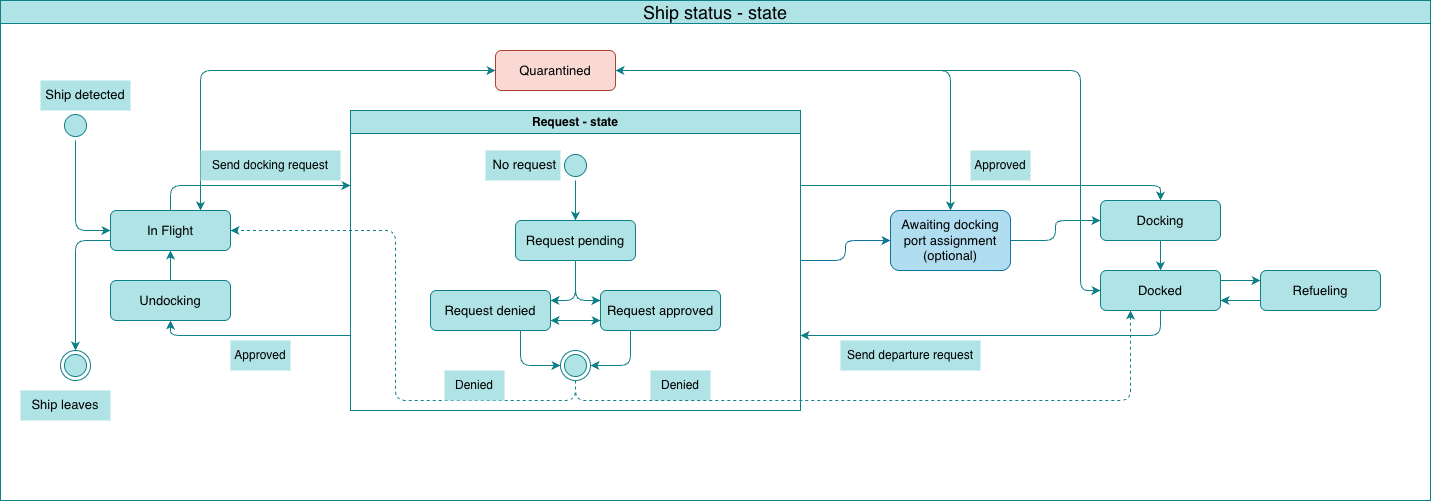
This is Spacedock_state.drawio.png from Casual159/SpaceDock-home-assignment, a draw.io export, as it was before one commit. Source tidied: cells renumbered, new cells last; positions are measured from the earlier drawing's top-left corner, leaving out a move shared by most shapes.
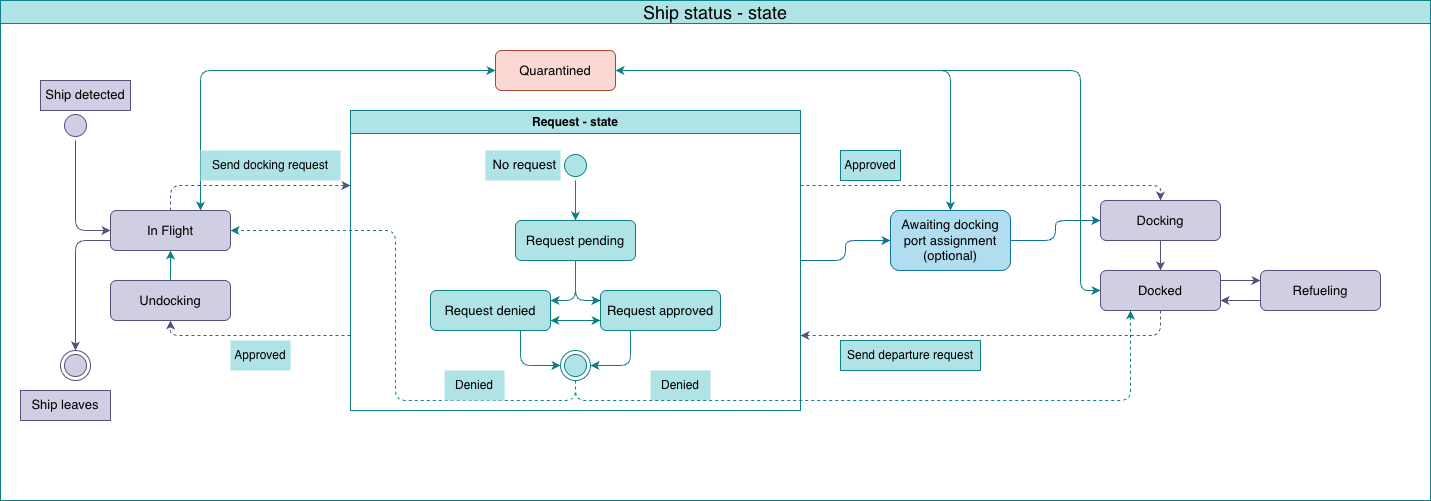
The same diagram one commit later.

Diff of the diagram source:
```diff
@@ -2,7 +2,7 @@
   <root>
     <mxCell id="0" />
     <mxCell id="1" parent="0" />
-    <mxCell id="2" style="edgeStyle=orthogonalEdgeStyle;rounded=1;jettySize=auto;html=1;exitX=0.5;exitY=0;exitDx=0;exitDy=0;entryX=0;entryY=0.25;entryDx=0;entryDy=0;curved=0;fillColor=#b0e3e6;strokeColor=#0e8088;fontColor=#000000;" parent="1" edge="1" source="5" target="28">
+    <mxCell id="2" style="edgeStyle=orthogonalEdgeStyle;rounded=1;jettySize=auto;html=1;exitX=0.5;exitY=0;exitDx=0;exitDy=0;entryX=0;entryY=0.25;entryDx=0;entryDy=0;curved=0;fillColor=#d0cee2;strokeColor=#56517e;fontColor=#000000;dashed=1;" parent="1" edge="1" source="5" target="28">
       <mxGeometry relative="1" as="geometry">
         <Array as="points">
           <mxPoint x="170" y="185" />
@@ -12,31 +12,31 @@
     <mxCell id="3" style="edgeStyle=orthogonalEdgeStyle;shape=connector;curved=0;rounded=1;jettySize=auto;html=1;exitX=0.75;exitY=0;exitDx=0;exitDy=0;entryX=0;entryY=0.5;entryDx=0;entryDy=0;strokeColor=#0e8088;align=center;verticalAlign=middle;fontFamily=Helvetica;fontSize=11;fontColor=#000000;labelBackgroundColor=default;endArrow=classic;startArrow=classic;startFill=1;fillColor=#b0e3e6;" parent="1" edge="1" source="5" target="8">
       <mxGeometry relative="1" as="geometry" />
     </mxCell>
-    <mxCell id="4" style="edgeStyle=orthogonalEdgeStyle;shape=connector;curved=0;rounded=1;jettySize=auto;html=1;exitX=0;exitY=0.75;exitDx=0;exitDy=0;entryX=0.5;entryY=0;entryDx=0;entryDy=0;strokeColor=#0e8088;align=center;verticalAlign=middle;fontFamily=Helvetica;fontSize=11;fontColor=#000000;labelBackgroundColor=default;endArrow=classic;fillColor=#b0e3e6;" parent="1" edge="1" source="5" target="9">
+    <mxCell id="4" style="edgeStyle=orthogonalEdgeStyle;shape=connector;curved=0;rounded=1;jettySize=auto;html=1;exitX=0;exitY=0.75;exitDx=0;exitDy=0;entryX=0.5;entryY=0;entryDx=0;entryDy=0;strokeColor=#56517e;align=center;verticalAlign=middle;fontFamily=Helvetica;fontSize=11;fontColor=#000000;labelBackgroundColor=default;endArrow=classic;fillColor=#d0cee2;" parent="1" edge="1" source="5" target="9">
       <mxGeometry relative="1" as="geometry" />
     </mxCell>
-    <mxCell id="5" value="In Flight" style="rounded=1;whiteSpace=wrap;html=1;fontSize=13;fillColor=#b0e3e6;strokeColor=#0e8088;" parent="1" vertex="1">
+    <mxCell id="5" value="In Flight" style="rounded=1;whiteSpace=wrap;html=1;fontSize=13;fillColor=#d0cee2;strokeColor=#56517e;" parent="1" vertex="1">
       <mxGeometry x="110" y="210" width="120" height="40" as="geometry" />
     </mxCell>
     <mxCell id="6" style="edgeStyle=orthogonalEdgeStyle;rounded=0;jettySize=auto;html=1;exitX=0.5;exitY=0;exitDx=0;exitDy=0;entryX=0.5;entryY=1;entryDx=0;entryDy=0;fillColor=#b0e3e6;strokeColor=#0e8088;fontColor=#000000;" parent="1" edge="1" source="7" target="5">
       <mxGeometry relative="1" as="geometry" />
     </mxCell>
-    <mxCell id="7" value="Undocking" style="rounded=1;whiteSpace=wrap;html=1;fontSize=13;fillColor=#b0e3e6;strokeColor=#0e8088;" parent="1" vertex="1">
+    <mxCell id="7" value="Undocking" style="rounded=1;whiteSpace=wrap;html=1;fontSize=13;fillColor=#d0cee2;strokeColor=#56517e;" parent="1" vertex="1">
       <mxGeometry x="110" y="280" width="120" height="40" as="geometry" />
     </mxCell>
     <mxCell id="8" value="Quarantined" style="rounded=1;whiteSpace=wrap;html=1;fontSize=13;fillColor=#fad9d5;strokeColor=#ae4132;" parent="1" vertex="1">
       <mxGeometry x="495" y="50" width="120" height="40" as="geometry" />
     </mxCell>
-    <mxCell id="9" style="ellipse;html=1;shape=endState;fillColor=#b0e3e6;strokeColor=#0e8088;fontSize=13;" parent="1" vertex="1">
+    <mxCell id="9" style="ellipse;html=1;shape=endState;fillColor=#d0cee2;strokeColor=#56517e;fontSize=13;" parent="1" vertex="1">
       <mxGeometry x="60" y="350" width="30" height="30" as="geometry" />
     </mxCell>
-    <mxCell id="10" style="edgeStyle=orthogonalEdgeStyle;shape=connector;curved=0;rounded=1;jettySize=auto;html=1;exitX=0.5;exitY=1;exitDx=0;exitDy=0;entryX=0;entryY=0.5;entryDx=0;entryDy=0;strokeColor=#0e8088;align=center;verticalAlign=middle;fontFamily=Helvetica;fontSize=11;fontColor=#000000;labelBackgroundColor=default;endArrow=classic;fillColor=#b0e3e6;" parent="1" edge="1" source="11" target="5">
+    <mxCell id="10" style="edgeStyle=orthogonalEdgeStyle;shape=connector;curved=0;rounded=1;jettySize=auto;html=1;exitX=0.5;exitY=1;exitDx=0;exitDy=0;entryX=0;entryY=0.5;entryDx=0;entryDy=0;strokeColor=#56517e;align=center;verticalAlign=middle;fontFamily=Helvetica;fontSize=11;fontColor=#000000;labelBackgroundColor=default;endArrow=classic;fillColor=#d0cee2;" parent="1" edge="1" source="11" target="5">
       <mxGeometry relative="1" as="geometry" />
     </mxCell>
-    <mxCell id="11" style="ellipse;html=1;shape=startState;fillColor=#b0e3e6;strokeColor=#0e8088;fontSize=13;" parent="1" vertex="1">
+    <mxCell id="11" style="ellipse;html=1;shape=startState;fillColor=#d0cee2;strokeColor=#56517e;fontSize=13;" parent="1" vertex="1">
       <mxGeometry x="60" y="110" width="30" height="30" as="geometry" />
     </mxCell>
-    <mxCell id="12" style="edgeStyle=orthogonalEdgeStyle;rounded=1;jettySize=auto;html=1;exitX=0;exitY=0.75;exitDx=0;exitDy=0;entryX=0.5;entryY=1;entryDx=0;entryDy=0;curved=0;fillColor=#b0e3e6;strokeColor=#0e8088;fontColor=#000000;" parent="1" edge="1" source="28" target="7">
+    <mxCell id="12" style="edgeStyle=orthogonalEdgeStyle;rounded=1;jettySize=auto;html=1;exitX=0;exitY=0.75;exitDx=0;exitDy=0;entryX=0.5;entryY=1;entryDx=0;entryDy=0;curved=0;fillColor=#d0cee2;strokeColor=#56517e;fontColor=#000000;dashed=1;" parent="1" edge="1" source="28" target="7">
       <mxGeometry relative="1" as="geometry">
         <Array as="points">
           <mxPoint x="170" y="335" />
@@ -46,37 +46,37 @@
     <mxCell id="13" style="edgeStyle=orthogonalEdgeStyle;shape=connector;curved=0;rounded=1;jettySize=auto;html=1;exitX=0.5;exitY=1;exitDx=0;exitDy=0;entryX=1;entryY=0.5;entryDx=0;entryDy=0;strokeColor=#0e8088;align=center;verticalAlign=middle;fontFamily=Helvetica;fontSize=11;fontColor=#000000;labelBackgroundColor=default;endArrow=classic;dashed=1;fillColor=#b0e3e6;" parent="1" edge="1" source="40" target="5">
       <mxGeometry relative="1" as="geometry" />
     </mxCell>
-    <mxCell id="14" value="&lt;div style=&quot;&quot;&gt;&lt;span style=&quot;background-color: transparent; font-size: 13px;&quot;&gt;Ship detected&lt;/span&gt;&lt;/div&gt;" style="text;whiteSpace=wrap;html=1;fillColor=#b0e3e6;strokeColor=none;align=center;" parent="1" vertex="1">
+    <mxCell id="14" value="&lt;div style=&quot;&quot;&gt;&lt;span style=&quot;background-color: transparent; font-size: 13px;&quot;&gt;Ship detected&lt;/span&gt;&lt;/div&gt;" style="text;whiteSpace=wrap;html=1;fillColor=#d0cee2;strokeColor=#56517e;align=center;" parent="1" vertex="1">
       <mxGeometry x="40" y="80" width="90" height="30" as="geometry" />
     </mxCell>
     <mxCell id="15" value="&lt;span style=&quot;font-size: 18px; font-weight: 400;&quot;&gt;Ship status - state&lt;/span&gt;" style="swimlane;whiteSpace=wrap;html=1;fillColor=#b0e3e6;strokeColor=#0e8088;" parent="1" vertex="1">
       <mxGeometry width="1430" height="500" as="geometry" />
     </mxCell>
-    <mxCell id="16" value="Approved" style="text;html=1;whiteSpace=wrap;strokeColor=none;fillColor=#b0e3e6;align=center;verticalAlign=middle;rounded=0;" parent="15" vertex="1">
-      <mxGeometry x="970" y="150" width="60" height="30" as="geometry" />
+    <mxCell id="16" value="Approved" style="text;html=1;whiteSpace=wrap;strokeColor=#0e8088;fillColor=#b0e3e6;align=center;verticalAlign=middle;rounded=0;" parent="15" vertex="1">
+      <mxGeometry x="840" y="150" width="60" height="30" as="geometry" />
     </mxCell>
-    <mxCell id="17" value="Send departure request" style="text;html=1;whiteSpace=wrap;strokeColor=none;fillColor=#b0e3e6;align=center;verticalAlign=middle;rounded=0;" parent="15" vertex="1">
+    <mxCell id="17" value="Send departure request" style="text;html=1;whiteSpace=wrap;strokeColor=#0e8088;fillColor=#b0e3e6;align=center;verticalAlign=middle;rounded=0;" parent="15" vertex="1">
       <mxGeometry x="840" y="340" width="140" height="30" as="geometry" />
     </mxCell>
-    <mxCell id="18" style="edgeStyle=orthogonalEdgeStyle;rounded=0;jettySize=auto;html=1;exitX=0.5;exitY=1;exitDx=0;exitDy=0;entryX=0.5;entryY=0;entryDx=0;entryDy=0;fillColor=#b0e3e6;strokeColor=#0e8088;fontColor=#000000;" parent="15" edge="1" source="21" target="22">
+    <mxCell id="18" style="edgeStyle=orthogonalEdgeStyle;rounded=0;jettySize=auto;html=1;exitX=0.5;exitY=1;exitDx=0;exitDy=0;entryX=0.5;entryY=0;entryDx=0;entryDy=0;fillColor=#d0cee2;strokeColor=#56517e;fontColor=#000000;" parent="15" edge="1" source="21" target="22">
       <mxGeometry relative="1" as="geometry" />
     </mxCell>
-    <mxCell id="19" style="edgeStyle=orthogonalEdgeStyle;shape=connector;curved=0;rounded=1;jettySize=auto;html=1;exitX=1;exitY=0.25;exitDx=0;exitDy=0;entryX=0;entryY=0.25;entryDx=0;entryDy=0;strokeColor=#0e8088;align=center;verticalAlign=middle;fontFamily=Helvetica;fontSize=11;fontColor=#000000;labelBackgroundColor=default;endArrow=classic;fillColor=#b0e3e6;" parent="15" edge="1" source="22" target="23">
+    <mxCell id="19" style="edgeStyle=orthogonalEdgeStyle;shape=connector;curved=0;rounded=1;jettySize=auto;html=1;exitX=1;exitY=0.25;exitDx=0;exitDy=0;entryX=0;entryY=0.25;entryDx=0;entryDy=0;strokeColor=#56517e;align=center;verticalAlign=middle;fontFamily=Helvetica;fontSize=11;fontColor=#000000;labelBackgroundColor=default;endArrow=classic;fillColor=#d0cee2;" parent="15" edge="1" source="22" target="23">
       <mxGeometry relative="1" as="geometry" />
     </mxCell>
-    <mxCell id="20" style="edgeStyle=orthogonalEdgeStyle;shape=connector;curved=0;rounded=1;jettySize=auto;html=1;exitX=0;exitY=0.75;exitDx=0;exitDy=0;entryX=1;entryY=0.75;entryDx=0;entryDy=0;strokeColor=#0e8088;align=center;verticalAlign=middle;fontFamily=Helvetica;fontSize=11;fontColor=#000000;labelBackgroundColor=default;endArrow=classic;fillColor=#b0e3e6;" parent="15" edge="1" source="23" target="22">
+    <mxCell id="20" style="edgeStyle=orthogonalEdgeStyle;shape=connector;curved=0;rounded=1;jettySize=auto;html=1;exitX=0;exitY=0.75;exitDx=0;exitDy=0;entryX=1;entryY=0.75;entryDx=0;entryDy=0;strokeColor=#56517e;align=center;verticalAlign=middle;fontFamily=Helvetica;fontSize=11;fontColor=#000000;labelBackgroundColor=default;endArrow=classic;fillColor=#d0cee2;" parent="15" edge="1" source="23" target="22">
       <mxGeometry relative="1" as="geometry" />
     </mxCell>
-    <mxCell id="21" value="Docking" style="rounded=1;whiteSpace=wrap;html=1;fontSize=13;glass=0;fillColor=#b0e3e6;strokeColor=#0e8088;" parent="15" vertex="1">
+    <mxCell id="21" value="Docking" style="rounded=1;whiteSpace=wrap;html=1;fontSize=13;glass=0;fillColor=#d0cee2;strokeColor=#56517e;" parent="15" vertex="1">
       <mxGeometry x="1100" y="200" width="120" height="40" as="geometry" />
     </mxCell>
-    <mxCell id="22" value="Docked" style="rounded=1;whiteSpace=wrap;html=1;fontSize=13;fillColor=#b0e3e6;strokeColor=#0e8088;" parent="15" vertex="1">
+    <mxCell id="22" value="Docked" style="rounded=1;whiteSpace=wrap;html=1;fontSize=13;fillColor=#d0cee2;strokeColor=#56517e;" parent="15" vertex="1">
       <mxGeometry x="1100" y="270" width="120" height="40" as="geometry" />
     </mxCell>
-    <mxCell id="23" value="Refueling" style="rounded=1;whiteSpace=wrap;html=1;fontSize=13;fillColor=#b0e3e6;strokeColor=#0e8088;" parent="15" vertex="1">
+    <mxCell id="23" value="Refueling" style="rounded=1;whiteSpace=wrap;html=1;fontSize=13;fillColor=#d0cee2;strokeColor=#56517e;" parent="15" vertex="1">
       <mxGeometry x="1260" y="270" width="120" height="40" as="geometry" />
     </mxCell>
-    <mxCell id="24" style="edgeStyle=orthogonalEdgeStyle;shape=connector;curved=0;rounded=1;jettySize=auto;html=1;exitX=1;exitY=0.5;exitDx=0;exitDy=0;entryX=0;entryY=0.5;entryDx=0;entryDy=0;strokeColor=#0e8088;align=center;verticalAlign=middle;fontFamily=Helvetica;fontSize=11;fontColor=#000000;labelBackgroundColor=default;endArrow=classic;fillColor=#b0e3e6;" parent="15" edge="1" source="25" target="21">
+    <mxCell id="24" style="edgeStyle=orthogonalEdgeStyle;shape=connector;curved=0;rounded=1;jettySize=auto;html=1;exitX=1;exitY=0.5;exitDx=0;exitDy=0;entryX=0;entryY=0.5;entryDx=0;entryDy=0;strokeColor=#10739e;align=center;verticalAlign=middle;fontFamily=Helvetica;fontSize=11;fontColor=#000000;labelBackgroundColor=default;endArrow=classic;fillColor=#b1ddf0;" parent="15" edge="1" source="25" target="21">
       <mxGeometry relative="1" as="geometry" />
     </mxCell>
     <mxCell id="25" value="Awaiting docking port assignment&lt;br&gt;(optional)" style="rounded=1;whiteSpace=wrap;html=1;fontSize=13;glass=0;fillColor=#b1ddf0;strokeColor=#10739e;" parent="15" vertex="1">
@@ -85,7 +85,7 @@
     <mxCell id="26" style="edgeStyle=orthogonalEdgeStyle;shape=connector;curved=0;rounded=1;jettySize=auto;html=1;exitX=1;exitY=0.5;exitDx=0;exitDy=0;entryX=0;entryY=0.5;entryDx=0;entryDy=0;strokeColor=#10739e;align=center;verticalAlign=middle;fontFamily=Helvetica;fontSize=11;fontColor=#000000;labelBackgroundColor=default;endArrow=classic;fillColor=#b1ddf0;" parent="15" edge="1" source="28" target="25">
       <mxGeometry relative="1" as="geometry" />
     </mxCell>
-    <mxCell id="27" style="edgeStyle=orthogonalEdgeStyle;shape=connector;curved=0;rounded=1;jettySize=auto;html=1;exitX=1;exitY=0.25;exitDx=0;exitDy=0;strokeColor=#0e8088;align=center;verticalAlign=middle;fontFamily=Helvetica;fontSize=11;fontColor=#000000;labelBackgroundColor=default;endArrow=classic;fillColor=#b0e3e6;entryX=0.5;entryY=0;entryDx=0;entryDy=0;" parent="15" edge="1" source="28" target="21">
+    <mxCell id="27" style="edgeStyle=orthogonalEdgeStyle;shape=connector;curved=0;rounded=1;jettySize=auto;html=1;exitX=1;exitY=0.25;exitDx=0;exitDy=0;strokeColor=#56517e;align=center;verticalAlign=middle;fontFamily=Helvetica;fontSize=11;fontColor=#000000;labelBackgroundColor=default;endArrow=classic;fillColor=#d0cee2;entryX=0.5;entryY=0;entryDx=0;entryDy=0;dashed=1;" parent="15" edge="1" source="28" target="21">
       <mxGeometry relative="1" as="geometry">
         <Array as="points">
           <mxPoint x="1160" y="185" />
@@ -140,7 +140,7 @@
     <mxCell id="43" style="edgeStyle=orthogonalEdgeStyle;shape=connector;curved=0;rounded=1;jettySize=auto;html=1;exitX=0.5;exitY=1;exitDx=0;exitDy=0;entryX=0.25;entryY=1;entryDx=0;entryDy=0;strokeColor=#0e8088;align=center;verticalAlign=middle;fontFamily=Helvetica;fontSize=11;fontColor=#000000;labelBackgroundColor=default;endArrow=classic;dashed=1;fillColor=#b0e3e6;" parent="15" edge="1" source="40" target="22">
       <mxGeometry relative="1" as="geometry" />
     </mxCell>
-    <mxCell id="44" style="edgeStyle=orthogonalEdgeStyle;rounded=1;jettySize=auto;html=1;exitX=0.5;exitY=1;exitDx=0;exitDy=0;entryX=1;entryY=0.75;entryDx=0;entryDy=0;curved=0;fillColor=#b0e3e6;strokeColor=#0e8088;fontColor=#000000;" parent="15" edge="1" source="22" target="28">
+    <mxCell id="44" style="edgeStyle=orthogonalEdgeStyle;rounded=1;jettySize=auto;html=1;exitX=0.5;exitY=1;exitDx=0;exitDy=0;entryX=1;entryY=0.75;entryDx=0;entryDy=0;curved=0;fillColor=#d0cee2;strokeColor=#56517e;fontColor=#000000;dashed=1;" parent="15" edge="1" source="22" target="28">
       <mxGeometry relative="1" as="geometry">
         <Array as="points">
           <mxPoint x="1160" y="335" />
@@ -150,7 +150,7 @@
     <mxCell id="45" value="Send docking request" style="text;html=1;whiteSpace=wrap;strokeColor=none;fillColor=#b0e3e6;align=center;verticalAlign=middle;rounded=0;" parent="15" vertex="1">
       <mxGeometry x="200" y="150" width="140" height="30" as="geometry" />
     </mxCell>
-    <mxCell id="46" value="&lt;div style=&quot;&quot;&gt;&lt;span style=&quot;background-color: transparent; font-size: 13px;&quot;&gt;Ship leaves&lt;/span&gt;&lt;/div&gt;" style="text;whiteSpace=wrap;html=1;fillColor=#b0e3e6;strokeColor=none;align=center;" parent="15" vertex="1">
+    <mxCell id="46" value="&lt;div style=&quot;&quot;&gt;&lt;span style=&quot;background-color: transparent; font-size: 13px;&quot;&gt;Ship leaves&lt;/span&gt;&lt;/div&gt;" style="text;whiteSpace=wrap;html=1;fillColor=#d0cee2;strokeColor=#56517e;align=center;" parent="15" vertex="1">
       <mxGeometry x="20" y="390" width="90" height="30" as="geometry" />
     </mxCell>
     <mxCell id="47" value="Approved" style="text;html=1;whiteSpace=wrap;strokeColor=none;fillColor=#b0e3e6;align=center;verticalAlign=middle;rounded=0;" parent="15" vertex="1">
```
